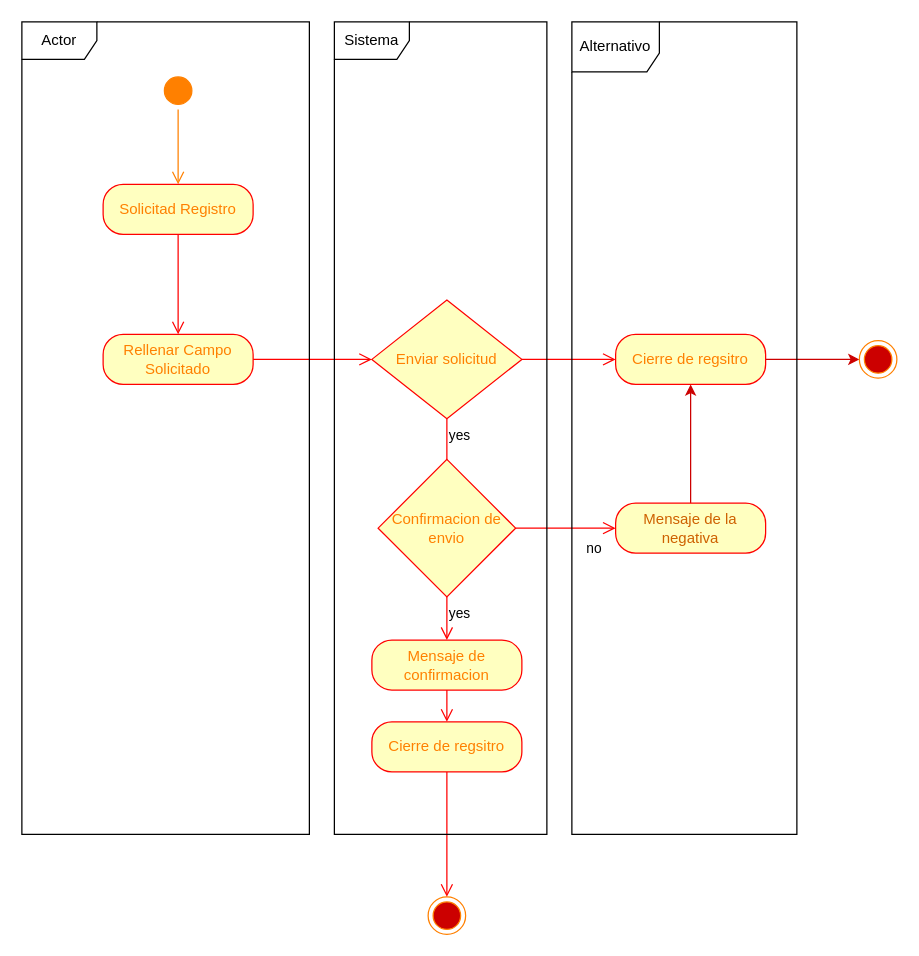
This is Misael/Clase_2 Proyecto/Unidad 2/Diagrama Actividad/Diagrama de actividad-Solicitad Registro.drawio from misaeluno/Proyecto-de-Software, a draw.io file, before an edit. Source tidied: cells renumbered, new cells numbered last; positions are measured from the earlier drawing's top-left corner, leaving out a move shared by most shapes. Both pictures are drawn from the tidied source at 125%, with x=0, y=0 at pixel (21, 21).
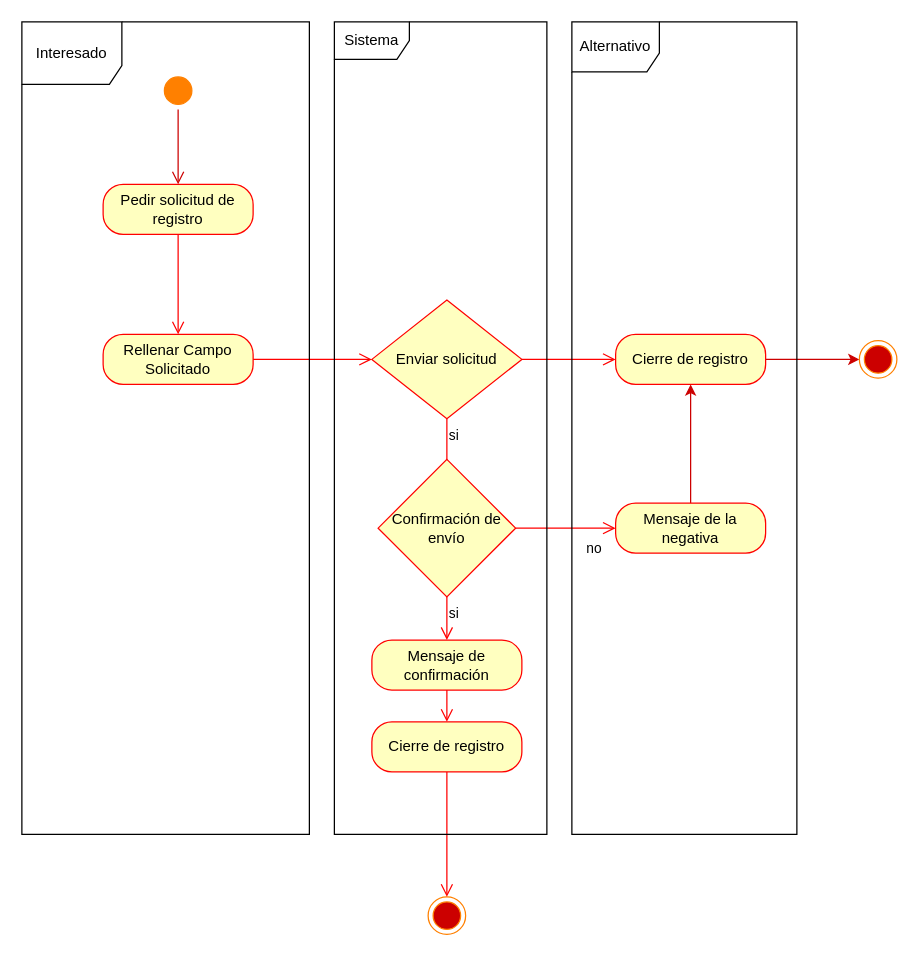
The same diagram, later.

Unchanged cells that the change refers to:
```xml
<mxCell id="2" style="ellipse;html=1;shape=startState;fillColor=#FF8000;strokeColor=#FF8000;" parent="1" vertex="1">
  <mxGeometry x="110" y="40" width="30" height="30" as="geometry" />
</mxCell>
```

The edit, as a diff of the source:
```diff
@@
-    <mxCell id="3" style="edgeStyle=orthogonalEdgeStyle;html=1;verticalAlign=bottom;endArrow=open;endSize=8;strokeColor=#FF8000;rounded=0;" parent="1" edge="1" source="2">
+    <mxCell id="3" style="edgeStyle=orthogonalEdgeStyle;html=1;verticalAlign=bottom;endArrow=open;endSize=8;strokeColor=#CC0000;rounded=0;" parent="1" edge="1" source="2">
       <mxGeometry relative="1" as="geometry">
         <mxPoint x="125" y="130" as="targetPoint" />
       </mxGeometry>
     </mxCell>
-    <mxCell id="4" value="&lt;font style=&quot;color: rgb(255, 128, 0);&quot;&gt;Solicitad Registro&lt;/font&gt;" style="rounded=1;whiteSpace=wrap;html=1;arcSize=40;fontColor=#000000;fillColor=#ffffc0;strokeColor=#ff0000;" parent="1" vertex="1">
+    <mxCell id="4" value="&lt;font style=&quot;color: rgb(0, 0, 0);&quot;&gt;Pedir solicitud de registro&lt;/font&gt;" style="rounded=1;whiteSpace=wrap;html=1;arcSize=40;fontColor=#000000;fillColor=#ffffc0;strokeColor=#ff0000;" parent="1" vertex="1">
       <mxGeometry x="65" y="130" width="120" height="40" as="geometry" />
     </mxCell>
@@
-    <mxCell id="6" value="&lt;font style=&quot;color: rgb(255, 128, 0);&quot;&gt;Rellenar Campo Solicitado&lt;/font&gt;" style="rounded=1;whiteSpace=wrap;html=1;arcSize=40;fontColor=#000000;fillColor=#ffffc0;strokeColor=#ff0000;" parent="1" vertex="1">
+    <mxCell id="6" value="&lt;font style=&quot;color: rgb(0, 0, 0);&quot;&gt;Rellenar Campo Solicitado&lt;/font&gt;" style="rounded=1;whiteSpace=wrap;html=1;arcSize=40;fontColor=#000000;fillColor=#ffffc0;strokeColor=#ff0000;" parent="1" vertex="1">
       <mxGeometry x="65" y="250" width="120" height="40" as="geometry" />
     </mxCell>
@@
-    <mxCell id="9" value="&lt;font style=&quot;color: rgb(255, 128, 0);&quot;&gt;Enviar solicitud&lt;/font&gt;" style="rhombus;whiteSpace=wrap;html=1;fontColor=#000000;fillColor=#ffffc0;strokeColor=#ff0000;" parent="1" vertex="1">
+    <mxCell id="9" value="&lt;font style=&quot;color: rgb(0, 0, 0);&quot;&gt;Enviar solicitud&lt;/font&gt;" style="rhombus;whiteSpace=wrap;html=1;fontColor=#000000;fillColor=#ffffc0;strokeColor=#ff0000;" parent="1" vertex="1">
       <mxGeometry x="280" y="222.5" width="120" height="95" as="geometry" />
     </mxCell>
-    <mxCell id="10" value="yes" style="edgeStyle=orthogonalEdgeStyle;html=1;align=left;verticalAlign=top;endArrow=open;endSize=8;strokeColor=#ff0000;rounded=0;" parent="1" edge="1" source="9">
+    <mxCell id="10" value="si" style="edgeStyle=orthogonalEdgeStyle;html=1;align=left;verticalAlign=top;endArrow=open;endSize=8;strokeColor=#ff0000;rounded=0;" parent="1" edge="1" source="9">
       <mxGeometry x="-1" relative="1" as="geometry">
         <mxPoint x="340" y="420" as="targetPoint" />
       </mxGeometry>
     </mxCell>
@@
-    <mxCell id="12" value="&lt;font style=&quot;color: rgb(255, 128, 0);&quot;&gt;Confirmacion de envio&lt;/font&gt;" style="rhombus;whiteSpace=wrap;html=1;fontColor=#000000;fillColor=#ffffc0;strokeColor=#ff0000;" parent="1" vertex="1">
+    <mxCell id="12" value="&lt;font style=&quot;color: rgb(0, 0, 0);&quot;&gt;Confirmación de envío&lt;/font&gt;" style="rhombus;whiteSpace=wrap;html=1;fontColor=#000000;fillColor=#ffffc0;strokeColor=#ff0000;" parent="1" vertex="1">
       <mxGeometry x="285" y="350" width="110" height="110" as="geometry" />
     </mxCell>
@@
-    <mxCell id="14" value="yes" style="edgeStyle=orthogonalEdgeStyle;html=1;align=left;verticalAlign=top;endArrow=open;endSize=8;strokeColor=#ff0000;rounded=0;" parent="1" edge="1" source="12" target="17">
+    <mxCell id="14" value="si" style="edgeStyle=orthogonalEdgeStyle;html=1;align=left;verticalAlign=top;endArrow=open;endSize=8;strokeColor=#ff0000;rounded=0;" parent="1" edge="1" source="12" target="17">
       <mxGeometry x="-1" relative="1" as="geometry" />
     </mxCell>
@@
-    <mxCell id="16" value="&lt;font color=&quot;#ce6100&quot;&gt;Mensaje de la negativa&lt;/font&gt;" style="rounded=1;whiteSpace=wrap;html=1;arcSize=40;fontColor=#000000;fillColor=#ffffc0;strokeColor=#ff0000;" parent="1" vertex="1">
+    <mxCell id="16" value="&lt;font style=&quot;color: rgb(0, 0, 0);&quot;&gt;Mensaje de la negativa&lt;/font&gt;" style="rounded=1;whiteSpace=wrap;html=1;arcSize=40;fontColor=#000000;fillColor=#ffffc0;strokeColor=#ff0000;" parent="1" vertex="1">
       <mxGeometry x="475" y="385" width="120" height="40" as="geometry" />
     </mxCell>
-    <mxCell id="17" value="&lt;font style=&quot;color: rgb(255, 128, 0);&quot;&gt;Mensaje de confirmacion&lt;/font&gt;" style="rounded=1;whiteSpace=wrap;html=1;arcSize=40;fontColor=#000000;fillColor=#ffffc0;strokeColor=#ff0000;" parent="1" vertex="1">
+    <mxCell id="17" value="&lt;font style=&quot;color: rgb(0, 0, 0);&quot;&gt;Mensaje de confirmación&lt;/font&gt;" style="rounded=1;whiteSpace=wrap;html=1;arcSize=40;fontColor=#000000;fillColor=#ffffc0;strokeColor=#ff0000;" parent="1" vertex="1">
       <mxGeometry x="280" y="494.5" width="120" height="40" as="geometry" />
     </mxCell>
@@
-    <mxCell id="20" value="&lt;font style=&quot;color: rgb(255, 128, 0);&quot;&gt;Cierre de regsitro&lt;/font&gt;" style="rounded=1;whiteSpace=wrap;html=1;arcSize=40;fontColor=#000000;fillColor=#ffffc0;strokeColor=#ff0000;" parent="1" vertex="1">
+    <mxCell id="20" value="&lt;font style=&quot;color: rgb(0, 0, 0);&quot;&gt;Cierre de registro&lt;/font&gt;" style="rounded=1;whiteSpace=wrap;html=1;arcSize=40;fontColor=#000000;fillColor=#ffffc0;strokeColor=#ff0000;" parent="1" vertex="1">
       <mxGeometry x="475" y="250" width="120" height="40" as="geometry" />
     </mxCell>
@@
-    <mxCell id="22" value="&lt;font style=&quot;color: rgb(255, 128, 0);&quot;&gt;Cierre de regsitro&lt;/font&gt;" style="rounded=1;whiteSpace=wrap;html=1;arcSize=40;fontColor=#000000;fillColor=#ffffc0;strokeColor=#ff0000;" parent="1" vertex="1">
+    <mxCell id="22" value="&lt;font style=&quot;color: rgb(0, 0, 0);&quot;&gt;Cierre de registro&lt;/font&gt;" style="rounded=1;whiteSpace=wrap;html=1;arcSize=40;fontColor=#000000;fillColor=#ffffc0;strokeColor=#ff0000;" parent="1" vertex="1">
       <mxGeometry x="280" y="560" width="120" height="40" as="geometry" />
     </mxCell>
@@
-    <mxCell id="24" value="Actor" style="shape=umlFrame;whiteSpace=wrap;html=1;" parent="1" vertex="1">
+    <mxCell id="24" value="Interesado" style="shape=umlFrame;whiteSpace=wrap;html=1;width=80;height=50;" parent="1" vertex="1">
       <mxGeometry width="230" height="650" as="geometry" />
     </mxCell>
```
